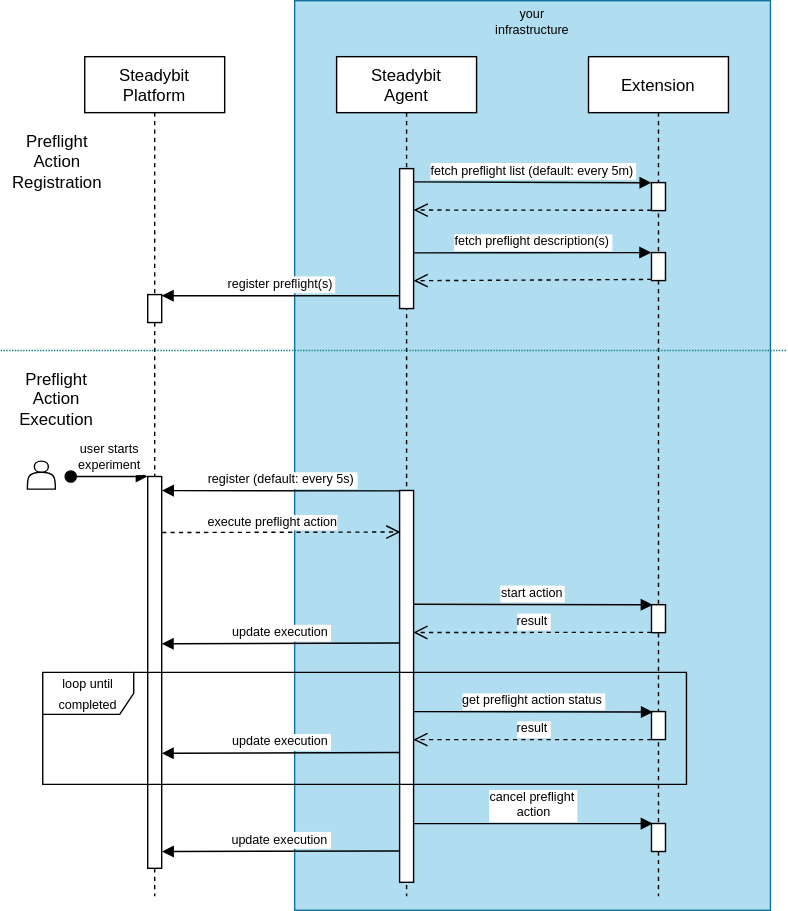
Above: docs/img/preflight-action-flow.drawio.svg in steadybit/preflight-kit (draw.io), before the change. Source tidied: cells renumbered, new cells last; positions are measured from the earlier drawing's top-left corner, leaving out a move shared by most shapes.
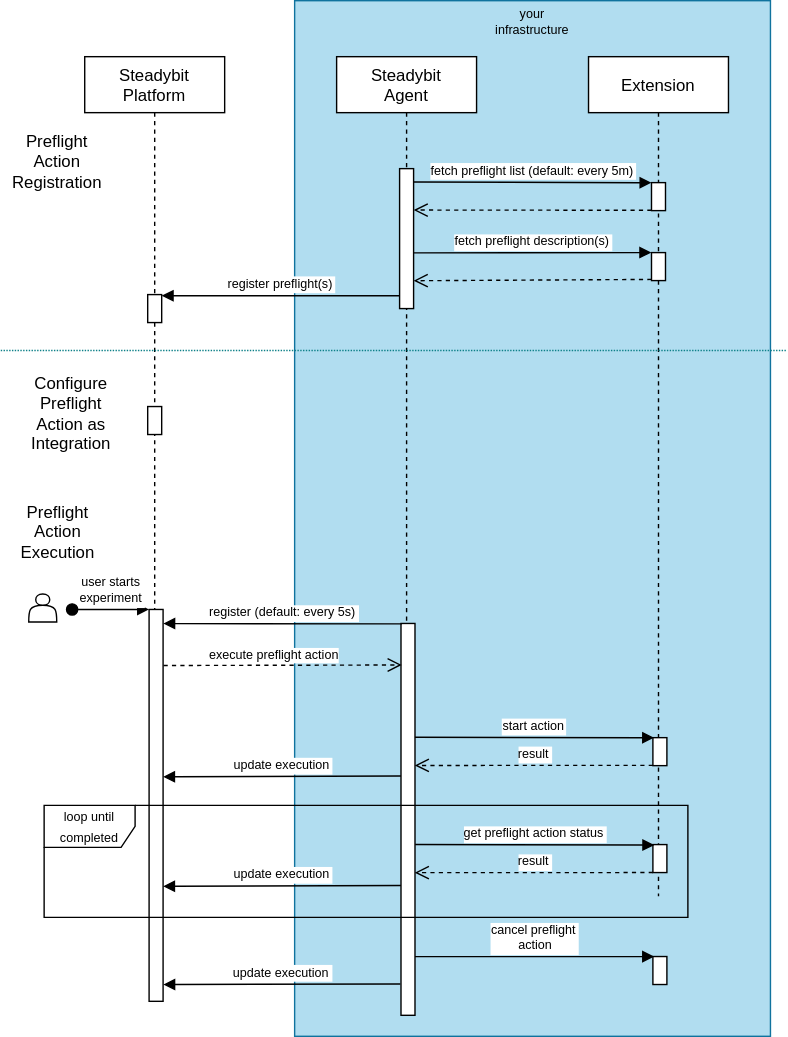
After the change.

What changed in the source:
```diff
@@ -3,22 +3,28 @@
     <mxCell id="0" />
     <mxCell id="1" parent="0" />
     <mxCell id="2" style="whiteSpace=wrap;html=1;labelBackgroundColor=#0000CC;fontSize=9;fillColor=#b1ddf0;strokeColor=#10739e;" parent="1" vertex="1">
-      <mxGeometry x="210" width="340" height="650" as="geometry" />
+      <mxGeometry x="210" width="340" height="740" as="geometry" />
     </mxCell>
     <mxCell id="3" value="Steadybit &#10;Platform" style="shape=umlLifeline;perimeter=lifelinePerimeter;rounded=0;shadow=0;strokeWidth=1;" parent="1" vertex="1">
       <mxGeometry x="60" y="40" width="100" height="600" as="geometry" />
     </mxCell>
     <mxCell id="4" style="points=[];perimeter=orthogonalPerimeter;rounded=0;shadow=0;strokeWidth=1;" parent="3" vertex="1">
-      <mxGeometry x="45" y="300" width="10" height="280" as="geometry" />
+      <mxGeometry x="46" y="395" width="10" height="280" as="geometry" />
     </mxCell>
     <mxCell id="5" value="user starts&#10;experiment" style="verticalAlign=bottom;startArrow=oval;endArrow=block;startSize=8;shadow=0;strokeWidth=1;fontSize=9;" parent="3" edge="1" target="4">
       <mxGeometry relative="1" as="geometry">
-        <mxPoint x="-10" y="300" as="sourcePoint" />
+        <mxPoint x="-9" y="395" as="sourcePoint" />
       </mxGeometry>
     </mxCell>
     <mxCell id="6" style="points=[];perimeter=orthogonalPerimeter;rounded=0;shadow=0;strokeWidth=1;" parent="3" vertex="1">
       <mxGeometry x="45" y="170" width="10" height="20" as="geometry" />
     </mxCell>
+    <mxCell id="38" style="perimeter=orthogonalPerimeter;rounded=0;shadow=0;strokeWidth=1;" parent="3" vertex="1">
+      <mxGeometry x="45" y="250" width="10" height="20" as="geometry" />
+    </mxCell>
+    <mxCell id="39" value="&lt;font style=&quot;font-size: 12px;&quot;&gt;Configure Preflight Action as Integration&lt;/font&gt;" style="text;html=1;strokeColor=none;fillColor=none;align=center;verticalAlign=middle;whiteSpace=wrap;rounded=0;fontSize=10;" parent="3" vertex="1">
+      <mxGeometry x="-49" y="240" width="79" height="30" as="geometry" />
+    </mxCell>
     <mxCell id="7" value="Steadybit&#10;Agent" style="shape=umlLifeline;perimeter=lifelinePerimeter;rounded=0;shadow=0;strokeWidth=1;" parent="1" vertex="1">
       <mxGeometry x="240" y="40" width="100" height="600" as="geometry" />
     </mxCell>
@@ -26,7 +32,7 @@
       <mxGeometry x="45" y="80" width="10" height="100" as="geometry" />
     </mxCell>
     <mxCell id="9" style="points=[];perimeter=orthogonalPerimeter;rounded=0;shadow=0;strokeWidth=1;fillColor=default;" parent="7" vertex="1">
-      <mxGeometry x="45" y="310" width="10" height="280" as="geometry" />
+      <mxGeometry x="46" y="405" width="10" height="280" as="geometry" />
     </mxCell>
     <mxCell id="10" value="fetch preflight list (default: every 5m)" style="verticalAlign=bottom;endArrow=block;shadow=0;strokeWidth=1;entryX=0;entryY=0.004;entryDx=0;entryDy=0;entryPerimeter=0;exitX=1;exitY=0.095;exitDx=0;exitDy=0;exitPerimeter=0;fontSize=9;" parent="1" edge="1" source="8" target="12">
       <mxGeometry relative="1" as="geometry" />
@@ -41,10 +47,10 @@
       <mxGeometry x="45" y="140" width="10" height="20" as="geometry" />
     </mxCell>
     <mxCell id="14" style="points=[];perimeter=orthogonalPerimeter;rounded=0;shadow=0;strokeWidth=1;" parent="11" vertex="1">
-      <mxGeometry x="45" y="391.6" width="10" height="20" as="geometry" />
+      <mxGeometry x="46" y="486.6" width="10" height="20" as="geometry" />
     </mxCell>
     <mxCell id="15" style="points=[];perimeter=orthogonalPerimeter;rounded=0;shadow=0;strokeWidth=1;" parent="11" vertex="1">
-      <mxGeometry x="45" y="548" width="10" height="20" as="geometry" />
+      <mxGeometry x="46" y="643" width="10" height="20" as="geometry" />
     </mxCell>
     <mxCell id="16" style="verticalAlign=bottom;endArrow=open;dashed=1;endSize=8;shadow=0;strokeWidth=1;exitX=-0.001;exitY=0.987;exitDx=0;exitDy=0;exitPerimeter=0;entryX=1.005;entryY=0.296;entryDx=0;entryDy=0;entryPerimeter=0;" parent="1" edge="1" source="12" target="8">
       <mxGeometry relative="1" as="geometry" />
@@ -59,7 +65,7 @@
       <mxGeometry relative="1" as="geometry" />
     </mxCell>
     <mxCell id="20" style="shape=actor;whiteSpace=wrap;html=1;" parent="1" vertex="1">
-      <mxGeometry x="19" y="329" width="20" height="20" as="geometry" />
+      <mxGeometry x="20" y="424" width="20" height="20" as="geometry" />
     </mxCell>
     <mxCell id="21" style="endArrow=none;dashed=1;html=1;rounded=0;fontSize=7;fillColor=#b0e3e6;strokeColor=#0e8088;dashPattern=1 1;" parent="1" edge="1">
       <mxGeometry relative="1" as="geometry">
@@ -71,30 +77,30 @@
       <mxGeometry x="1" y="100" width="79" height="30" as="geometry" />
     </mxCell>
     <mxCell id="23" value="&lt;font style=&quot;font-size: 12px;&quot;&gt;Preflight Action Execution&lt;/font&gt;" style="text;html=1;strokeColor=none;fillColor=none;align=center;verticalAlign=middle;whiteSpace=wrap;rounded=0;fontSize=10;" parent="1" vertex="1">
-      <mxGeometry y="270" width="80" height="30" as="geometry" />
+      <mxGeometry x="1" y="365" width="80" height="30" as="geometry" />
     </mxCell>
     <mxCell id="24" value="register (default: every 5s)" style="verticalAlign=bottom;endArrow=block;shadow=0;strokeWidth=1;fontSize=9;exitX=0.055;exitY=0.001;exitDx=0;exitDy=0;exitPerimeter=0;entryX=1.013;entryY=0.036;entryDx=0;entryDy=0;entryPerimeter=0;" parent="1" edge="1" source="9" target="4">
       <mxGeometry relative="1" as="geometry" />
     </mxCell>
     <mxCell id="25" value="update execution" style="verticalAlign=bottom;endArrow=block;shadow=0;strokeWidth=1;fontSize=9;entryX=1.013;entryY=0.85;entryDx=0;entryDy=0;entryPerimeter=0;exitX=-0.047;exitY=0.92;exitDx=0;exitDy=0;exitPerimeter=0;" parent="1" edge="1" source="9">
       <mxGeometry relative="1" as="geometry">
-        <mxPoint x="115.1" y="608" as="targetPoint" />
+        <mxPoint x="116.1" y="703" as="targetPoint" />
       </mxGeometry>
     </mxCell>
     <mxCell id="26" value="update execution" style="verticalAlign=bottom;endArrow=block;shadow=0;strokeWidth=1;fontSize=9;exitX=-0.003;exitY=0.5;exitDx=0;exitDy=0;exitPerimeter=0;entryX=1;entryY=0.503;entryDx=0;entryDy=0;entryPerimeter=0;" parent="1" edge="1">
       <mxGeometry relative="1" as="geometry">
-        <mxPoint x="285" y="459" as="sourcePoint" />
-        <mxPoint x="115" y="459.6" as="targetPoint" />
+        <mxPoint x="286" y="554" as="sourcePoint" />
+        <mxPoint x="116" y="554.6" as="targetPoint" />
       </mxGeometry>
     </mxCell>
     <mxCell id="27" value="result" style="verticalAlign=bottom;endArrow=open;dashed=1;endSize=8;shadow=0;strokeWidth=1;exitX=0;exitY=0.99;exitDx=0;exitDy=0;exitPerimeter=0;entryX=0.984;entryY=0.447;entryDx=0;entryDy=0;entryPerimeter=0;fontSize=9;" parent="1" edge="1" source="14">
       <mxGeometry relative="1" as="geometry">
-        <mxPoint x="294.8" y="451.5" as="targetPoint" />
+        <mxPoint x="295.8" y="546.5" as="targetPoint" />
       </mxGeometry>
     </mxCell>
     <mxCell id="28" value="start action" style="verticalAlign=bottom;endArrow=block;shadow=0;strokeWidth=1;fontSize=9;entryX=0.087;entryY=0.003;entryDx=0;entryDy=0;entryPerimeter=0;exitX=0.996;exitY=0.335;exitDx=0;exitDy=0;exitPerimeter=0;" parent="1" edge="1" target="14">
       <mxGeometry relative="1" as="geometry">
-        <mxPoint x="295" y="431.3" as="sourcePoint" />
+        <mxPoint x="296" y="526.3" as="sourcePoint" />
       </mxGeometry>
     </mxCell>
     <mxCell id="29" style="verticalAlign=bottom;endArrow=open;dashed=1;endSize=8;shadow=0;strokeWidth=1;entryX=0.053;entryY=0.106;entryDx=0;entryDy=0;entryPerimeter=0;exitX=1.033;exitY=0.143;exitDx=0;exitDy=0;exitPerimeter=0;" parent="1" edge="1" source="4" target="9">
@@ -112,27 +118,27 @@
       <mxGeometry relative="1" as="geometry" />
     </mxCell>
     <mxCell id="33" value="&lt;font style=&quot;font-size: 9px;&quot;&gt;loop until completed&lt;/font&gt;" style="shape=umlFrame;whiteSpace=wrap;html=1;width=65;height=30;" parent="1" vertex="1">
-      <mxGeometry x="30" y="480" width="460" height="80" as="geometry" />
+      <mxGeometry x="31" y="575" width="460" height="80" as="geometry" />
     </mxCell>
     <mxCell id="34" style="perimeter=orthogonalPerimeter;rounded=0;shadow=0;strokeWidth=1;" parent="1" vertex="1">
-      <mxGeometry x="465" y="508" width="10" height="20" as="geometry" />
+      <mxGeometry x="466" y="603" width="10" height="20" as="geometry" />
     </mxCell>
     <mxCell id="35" value="get preflight action status" style="verticalAlign=bottom;endArrow=block;shadow=0;strokeWidth=1;fontSize=9;entryX=0.087;entryY=0.003;entryDx=0;entryDy=0;entryPerimeter=0;exitX=0.996;exitY=0.335;exitDx=0;exitDy=0;exitPerimeter=0;" parent="1" edge="1">
       <mxGeometry relative="1" as="geometry">
-        <mxPoint x="295.1" y="508" as="sourcePoint" />
-        <mxPoint x="466" y="508.4" as="targetPoint" />
+        <mxPoint x="296.1" y="603" as="sourcePoint" />
+        <mxPoint x="467" y="603.4" as="targetPoint" />
       </mxGeometry>
     </mxCell>
     <mxCell id="36" value="result" style="verticalAlign=bottom;endArrow=open;dashed=1;endSize=8;shadow=0;strokeWidth=1;exitX=0;exitY=0.99;exitDx=0;exitDy=0;exitPerimeter=0;entryX=0.984;entryY=0.447;entryDx=0;entryDy=0;entryPerimeter=0;fontSize=9;" parent="1" edge="1">
       <mxGeometry relative="1" as="geometry">
-        <mxPoint x="465" y="528" as="sourcePoint" />
-        <mxPoint x="294.8" y="528.1" as="targetPoint" />
+        <mxPoint x="466" y="623" as="sourcePoint" />
+        <mxPoint x="295.8" y="623.1" as="targetPoint" />
       </mxGeometry>
     </mxCell>
     <mxCell id="37" value="update execution" style="verticalAlign=bottom;endArrow=block;shadow=0;strokeWidth=1;fontSize=9;exitX=-0.003;exitY=0.5;exitDx=0;exitDy=0;exitPerimeter=0;entryX=1;entryY=0.503;entryDx=0;entryDy=0;entryPerimeter=0;" parent="1" edge="1">
       <mxGeometry relative="1" as="geometry">
-        <mxPoint x="285" y="537.2" as="sourcePoint" />
-        <mxPoint x="115" y="537.8" as="targetPoint" />
+        <mxPoint x="286" y="632.2" as="sourcePoint" />
+        <mxPoint x="116" y="632.8" as="targetPoint" />
       </mxGeometry>
     </mxCell>
   </root>
```
